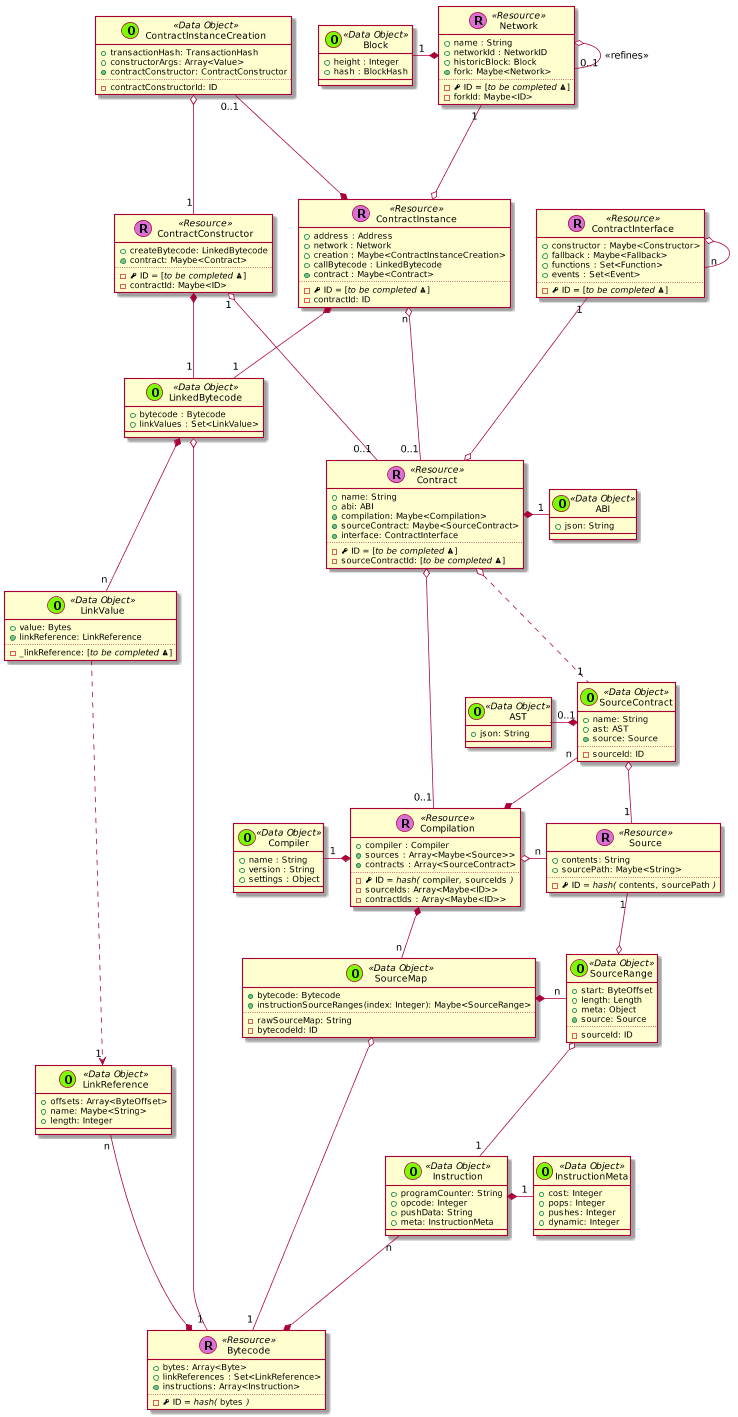
The PlantUML diagram _images/plantuml-6a7e6c70ea4c8042eec172cf9cbb8c24cc2aff44.png in trufflesuite/artifact-updates, before a commit. Its diagram source:
```plantuml
@startuml
scale 0.75






skinparam defaultMonospacedFontName Andale Mono



    class Contract << (R,orchid) Resource >> {
      + name: String
      + abi: ABI
      + {method} compilation: Maybe<Compilation>
      + {method} sourceContract: Maybe<SourceContract>
      + {method} interface: ContractInterface
      ..
      - {field} <&key> ID = [//to be completed <&warning>//]
      - sourceContractId: [//to be completed <&warning>//]
    }


  class ContractInstance << (R,orchid) Resource >> {
    + address : Address
    + network : Network
    + creation : Maybe<ContractInstanceCreation>
    + callBytecode : LinkedBytecode
    + {method} contract : Maybe<Contract>
    ..
    - {field} <&key> ID = [//to be completed <&warning>//]
    - contractId: ID
  }

  ContractInstanceCreation "0..1" ---* ContractInstance

  class ContractInterface << (R,orchid) Resource >> {
    + constructor : Maybe<Constructor>
    + fallback : Maybe<Fallback>
    + functions : Set<Function>
    + events : Set<Event>
    ..
    - {field} <&key> ID = [//to be completed <&warning>//]
  }

  ContractInterface o-- "n" ContractInterface



  class ContractConstructor << (R,orchid) Resource >> {
    + createBytecode: LinkedBytecode
    + {method} contract: Maybe<Contract>
    ..
    - {field} <&key> ID = [//to be completed <&warning>//]
    - contractId: Maybe<ID>
  }



    class Bytecode << (R,orchid) Resource >> {
      + bytes: Array<Byte>
      + linkReferences : Set<LinkReference>
      + {method} instructions: Array<Instruction>
      ..
      - {field} <&key> ID //= hash(// ""bytes"" //)//
    }

    class Instruction << (O,lawngreen) Data Object >> {
      + programCounter: String
      + opcode: Integer
      + pushData: String
      + meta: InstructionMeta
    }

    class InstructionMeta << (O,lawngreen) Data Object >> {
      + cost: Integer
      + pops: Integer
      + pushes: Integer
      + dynamic: Integer
    }

    Instruction *-right- "1" InstructionMeta
    Instruction "n" --* Bytecode

    class Source << (R,orchid) Resource >> {
      + contents: String
      + sourcePath: Maybe<String>
      ..
      - {field} <&key> ID //= hash(// ""contents""//,// ""sourcePath"" //)//
    }




    class Compilation << (R,orchid) Resource >> {
      + compiler : Compiler
      + {method} sources : Array<Maybe<Source>>
      + {method} contracts : Array<SourceContract>
      ..
      - {field} <&key> ID //= hash(// ""compiler""//,// ""sourceIds"" //)//
      - sourceIds: Array<Maybe<ID>>
      - contractIds : Array<Maybe<ID>>
    }

  SourceContract "n" --* Compilation

    class Network << (R,orchid) Resource >> {
      + name : String
      + networkId : NetworkID
      + historicBlock: Block
      + {method} fork: Maybe<Network>
      ..
      - {field} <&key> ID = [//to be completed <&warning>//]
      - forkId: Maybe<ID>
    }


      class Block << (O,lawngreen) Data Object >> {
        + height : Integer
        + hash : BlockHash
      }

      Network o-- "0..1" Network : <<refines>>
      Network *-left- "1" Block






    class LinkedBytecode << (O,lawngreen) Data Object >> {
      + bytecode : Bytecode
      + linkValues : Set<LinkValue>
    }

  class Compiler << (O,lawngreen) Data Object >> {
    + name : String
    + version : String
    + settings : Object
  }


    class ContractInstanceCreation << (O,lawngreen) Data Object >> {
      + transactionHash: TransactionHash
      + constructorArgs: Array<Value>
      + {method} contractConstructor: ContractConstructor
      ..
      - contractConstructorId: ID
    }

    class LinkValue << (O,lawngreen) Data Object >> {
      + value: Bytes
      + {method} linkReference: LinkReference
      ..
      - _linkReference: [//to be completed <&warning>//]
    }

    class LinkReference << (O,lawngreen) Data Object >> {
      + offsets: Array<ByteOffset>
      + name: Maybe<String>
      + length: Integer
    }

    class SourceMap << (O,lawngreen) Data Object >> {
      + {method} bytecode: Bytecode
      + instructionSourceRanges(index: Integer): Maybe<SourceRange>
      ..
      - rawSourceMap: String
      - bytecodeId: ID
    }

    class SourceRange << (O,lawngreen) Data Object >> {
      + start: ByteOffset
      + length: Length
      + meta: Object
      + {method} source: Source
      ..
      - sourceId: ID
    }

    SourceMap *-right- "n" SourceRange


    class SourceContract << (O,lawngreen) Data Object >> {
      + name: String
      + ast: AST
      + {method} source: Source
      ..
      - sourceId: ID
    }

    class ABI << (O,lawngreen) Data Object >> {
      + json: String
    }

  class AST << (O,lawngreen) Data Object >> {
    + json: String
  }


  Contract *-right- "1" ABI

  ContractInstance "n" o--- "0..1" Contract

  ContractConstructor "1" o--- "0..1" Contract

  ContractInterface "1" ---o Contract


  Contract o-- "0..1" Compilation
  Contract o.. "1" SourceContract

  LinkedBytecode o---- "1" Bytecode

  LinkedBytecode *-- "n" LinkValue

  LinkReference "n" -* Bytecode

  LinkValue ....> "1" LinkReference


  SourceContract o-- "1" Source

  Network "1" ---o ContractInstance

  ContractInstanceCreation o-- "1" ContractConstructor

  ContractInstance *-- "1" LinkedBytecode

  ContractConstructor *-- "1" LinkedBytecode

  Compilation *-left- "1" Compiler

  Compilation o-right- "n" Source


  Compilation *-- "n" SourceMap


  SourceContract *-left- "0..1" AST

  SourceMap o---- "1" Bytecode
  SourceRange o-- "1" Instruction

  Source "1" --o SourceRange


@enduml
```
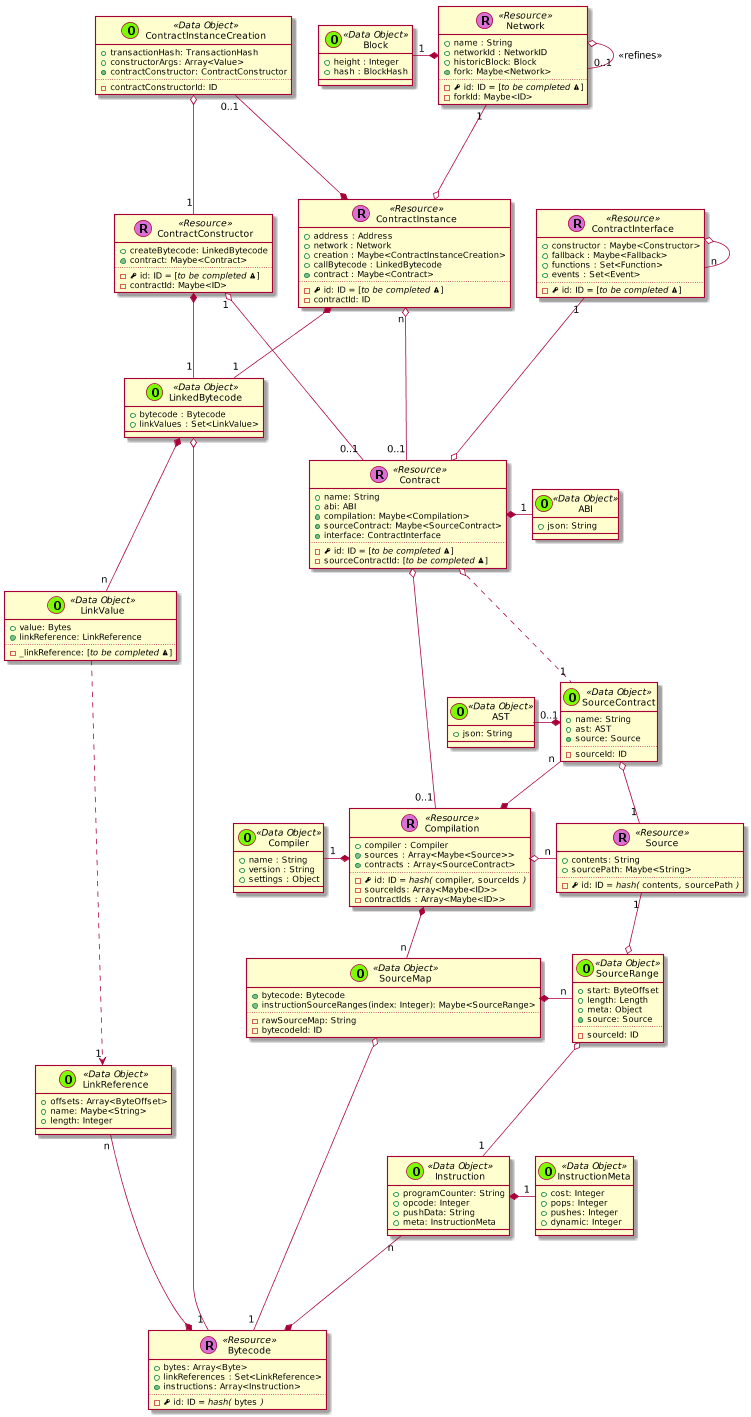
The same file after the commit.

The edit, as a diff of the source:
```diff
@@ -17,7 +17,7 @@
       + {method} sourceContract: Maybe<SourceContract>
       + {method} interface: ContractInterface
       ..
-      - {field} <&key> ID = [//to be completed <&warning>//]
+      - {field} <&key> id: ID = [//to be completed <&warning>//]
       - sourceContractId: [//to be completed <&warning>//]
     }
 
@@ -29,7 +29,7 @@
     + callBytecode : LinkedBytecode
     + {method} contract : Maybe<Contract>
     ..
-    - {field} <&key> ID = [//to be completed <&warning>//]
+    - {field} <&key> id: ID = [//to be completed <&warning>//]
     - contractId: ID
   }
 
@@ -41,7 +41,7 @@
     + functions : Set<Function>
     + events : Set<Event>
     ..
-    - {field} <&key> ID = [//to be completed <&warning>//]
+    - {field} <&key> id: ID = [//to be completed <&warning>//]
   }
 
   ContractInterface o-- "n" ContractInterface
@@ -52,7 +52,7 @@
     + createBytecode: LinkedBytecode
     + {method} contract: Maybe<Contract>
     ..
-    - {field} <&key> ID = [//to be completed <&warning>//]
+    - {field} <&key> id: ID = [//to be completed <&warning>//]
     - contractId: Maybe<ID>
   }
 
@@ -63,7 +63,7 @@
       + linkReferences : Set<LinkReference>
       + {method} instructions: Array<Instruction>
       ..
-      - {field} <&key> ID //= hash(// ""bytes"" //)//
+      - {field} <&key> id: ID //= hash(// ""bytes"" //)//
     }
 
     class Instruction << (O,lawngreen) Data Object >> {
@@ -87,7 +87,7 @@
       + contents: String
       + sourcePath: Maybe<String>
       ..
-      - {field} <&key> ID //= hash(// ""contents""//,// ""sourcePath"" //)//
+      - {field} <&key> id: ID //= hash(// ""contents""//,// ""sourcePath"" //)//
     }
 
 
@@ -98,7 +98,7 @@
       + {method} sources : Array<Maybe<Source>>
       + {method} contracts : Array<SourceContract>
       ..
-      - {field} <&key> ID //= hash(// ""compiler""//,// ""sourceIds"" //)//
+      - {field} <&key> id: ID //= hash(// ""compiler""//,// ""sourceIds"" //)//
       - sourceIds: Array<Maybe<ID>>
       - contractIds : Array<Maybe<ID>>
     }
@@ -111,7 +111,7 @@
       + historicBlock: Block
       + {method} fork: Maybe<Network>
       ..
-      - {field} <&key> ID = [//to be completed <&warning>//]
+      - {field} <&key> id: ID = [//to be completed <&warning>//]
       - forkId: Maybe<ID>
     }
 
```
